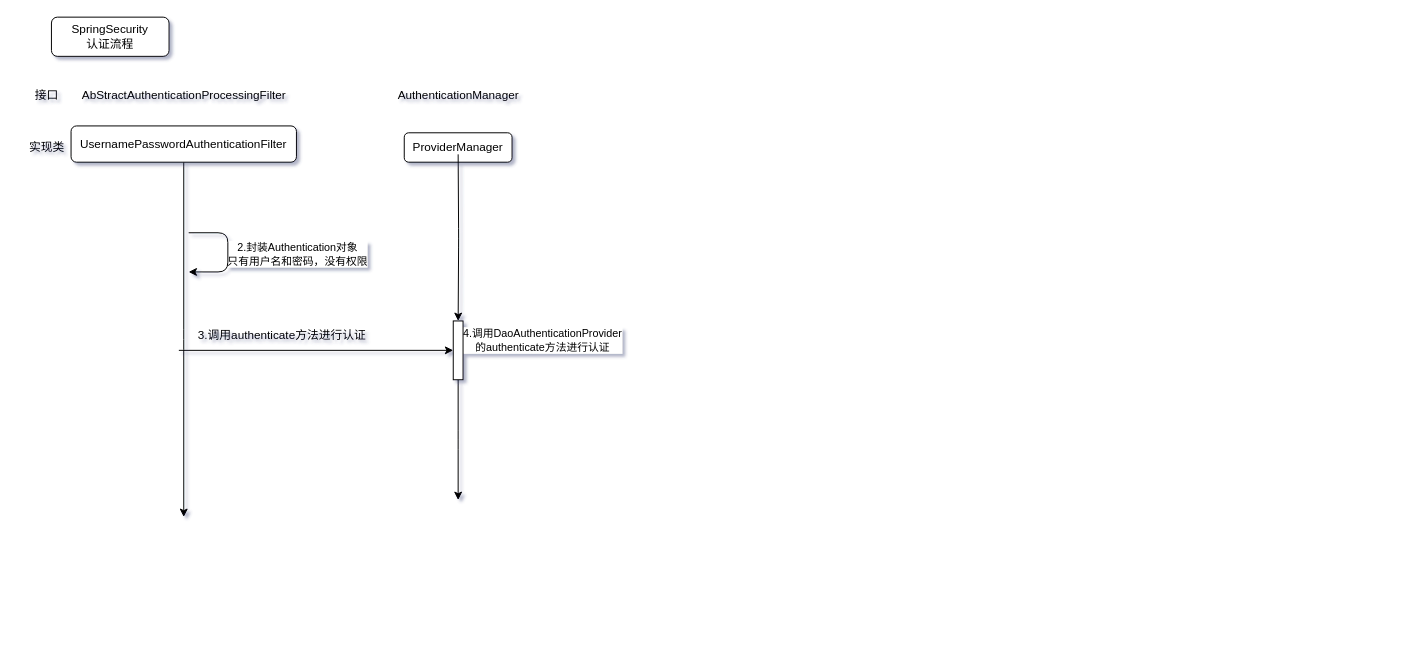
The draw.io diagram SpringSecurity.drawio in lixi47/java--, before the edit. Source tidied: cells renumbered, new cells numbered last; positions are measured from the earlier drawing's top-left corner, leaving out a move shared by most shapes. Both pictures are drawn from the tidied source at 98%, with x=0, y=0 at pixel (17, 17).
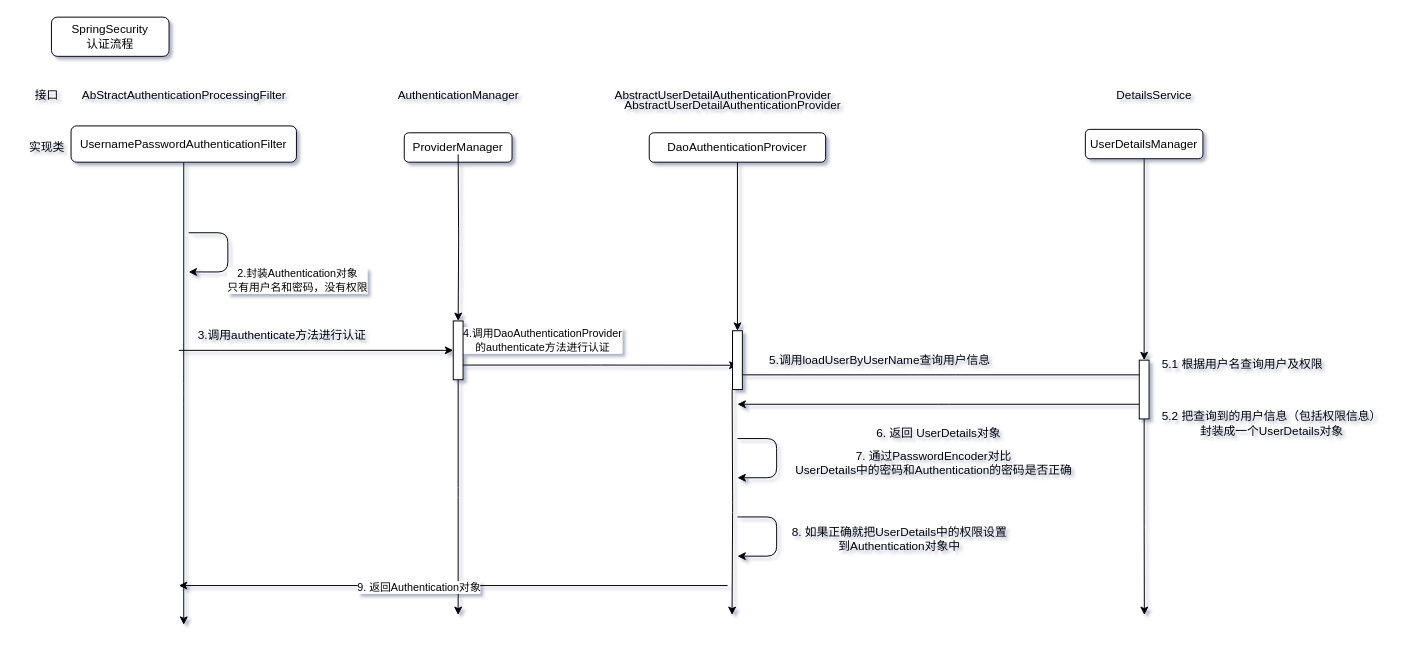
The same page after the edit.

Unchanged cells that the change refers to:
```xml
<mxCell id="8" value="UsernamePasswordAuthenticationFilter" style="whiteSpace=wrap;html=1;rounded=1;" parent="1" vertex="1">
  <mxGeometry x="55" y="111" width="230" height="37" as="geometry" />
</mxCell>
<mxCell id="16" style="rounded=0;whiteSpace=wrap;html=1;" parent="1" vertex="1">
  <mxGeometry x="445" y="310" width="10" height="60" as="geometry" />
</mxCell>
```

Diff of the diagram source:
```diff
@@
     <mxCell id="6" style="edgeStyle=orthogonalEdgeStyle;rounded=1;jettySize=auto;html=1;" parent="1" edge="1" source="8">
       <mxGeometry relative="1" as="geometry">
-        <mxPoint x="170" y="510" as="targetPoint" />
+        <mxPoint x="170" y="620" as="targetPoint" />
       </mxGeometry>
     </mxCell>
@@
     <mxCell id="10" style="edgeStyle=orthogonalEdgeStyle;rounded=1;jettySize=auto;html=1;" parent="1" edge="1" source="16">
       <mxGeometry relative="1" as="geometry">
-        <mxPoint x="450" y="492.7" as="targetPoint" />
+        <mxPoint x="450" y="610" as="targetPoint" />
       </mxGeometry>
     </mxCell>
@@
+    <mxCell id="18" style="edgeStyle=orthogonalEdgeStyle;rounded=1;jettySize=auto;html=1;exitX=1;exitY=0.75;exitDx=0;exitDy=0;" parent="1" edge="1" source="16">
+      <mxGeometry relative="1" as="geometry">
+        <mxPoint x="735" y="355.2" as="targetPoint" />
+      </mxGeometry>
+    </mxCell>
@@
+    <mxCell id="19" value="AbstractUserDetailAuthenticationProvider" style="text;html=1;align=center;verticalAlign=middle;strokeColor=none;fillColor=none;" parent="1" vertex="1">
+      <mxGeometry x="600" y="65" width="240" height="30" as="geometry" />
+    </mxCell>
+    <mxCell id="20" style="edgeStyle=orthogonalEdgeStyle;rounded=1;orthogonalLoop=1;jettySize=auto;html=1;" parent="1" edge="1">
+      <mxGeometry relative="1" as="geometry">
+        <mxPoint x="729.6" y="380" as="sourcePoint" />
+        <mxPoint x="729.5" y="610" as="targetPoint" />
+      </mxGeometry>
+    </mxCell>
+    <mxCell id="21" value="DaoAuthenticationProvicer" style="whiteSpace=wrap;html=1;rounded=1;" parent="1" vertex="1">
+      <mxGeometry x="645" y="118" width="180" height="30" as="geometry" />
+    </mxCell>
+    <mxCell id="22" style="edgeStyle=orthogonalEdgeStyle;rounded=1;jettySize=auto;html=1;" parent="1" edge="1" source="21" target="24">
+      <mxGeometry relative="1" as="geometry" />
+    </mxCell>
+    <mxCell id="23" style="edgeStyle=orthogonalEdgeStyle;rounded=1;jettySize=auto;html=1;exitX=1;exitY=0.75;exitDx=0;exitDy=0;" parent="1" edge="1" source="24">
+      <mxGeometry relative="1" as="geometry">
+        <mxPoint x="1155" y="365" as="targetPoint" />
+      </mxGeometry>
+    </mxCell>
+    <mxCell id="24" style="rounded=0;whiteSpace=wrap;html=1;" parent="1" vertex="1">
+      <mxGeometry x="730" y="320" width="10" height="60" as="geometry" />
+    </mxCell>
+    <mxCell id="25" value="5.调用loadUserByUserName查询用户信息" style="text;html=1;align=center;verticalAlign=middle;strokeColor=none;fillColor=none;" parent="1" vertex="1">
+      <mxGeometry x="755" y="335" width="250" height="30" as="geometry" />
+    </mxCell>
+    <mxCell id="26" value="DetailsService" style="text;html=1;align=center;verticalAlign=middle;strokeColor=none;fillColor=none;" parent="1" vertex="1">
+      <mxGeometry x="1110" y="65" width="100" height="30" as="geometry" />
+    </mxCell>
+    <mxCell id="27" style="edgeStyle=orthogonalEdgeStyle;rounded=1;jettySize=auto;html=1;exitX=0.5;exitY=1;exitDx=0;exitDy=0;" parent="1" edge="1" source="32">
+      <mxGeometry relative="1" as="geometry">
+        <mxPoint x="1150.2" y="610" as="targetPoint" />
+      </mxGeometry>
+    </mxCell>
+    <mxCell id="28" value="UserDetailsManager" style="whiteSpace=wrap;html=1;rounded=1;" parent="1" vertex="1">
+      <mxGeometry x="1090" y="114.5" width="120" height="30" as="geometry" />
+    </mxCell>
+    <mxCell id="29" value="AbstractUserDetailAuthenticationProvider" style="text;html=1;align=center;verticalAlign=middle;strokeColor=none;fillColor=none;" parent="1" vertex="1">
+      <mxGeometry x="610" y="75" width="240" height="30" as="geometry" />
+    </mxCell>
+    <mxCell id="30" style="edgeStyle=orthogonalEdgeStyle;rounded=1;jettySize=auto;html=1;exitX=0.5;exitY=1;exitDx=0;exitDy=0;" parent="1" edge="1" source="28" target="32">
+      <mxGeometry relative="1" as="geometry" />
+    </mxCell>
+    <mxCell id="31" style="edgeStyle=orthogonalEdgeStyle;rounded=1;jettySize=auto;html=1;exitX=0;exitY=0.75;exitDx=0;exitDy=0;" parent="1" edge="1" source="32">
+      <mxGeometry relative="1" as="geometry">
+        <mxPoint x="735" y="395" as="targetPoint" />
+      </mxGeometry>
+    </mxCell>
+    <mxCell id="32" style="rounded=0;whiteSpace=wrap;html=1;" parent="1" vertex="1">
+      <mxGeometry x="1145" y="350" width="10" height="60" as="geometry" />
+    </mxCell>
+    <mxCell id="33" value="5.1 根据用户名查询用户及权限" style="text;html=1;align=center;verticalAlign=middle;strokeColor=none;fillColor=none;" parent="1" vertex="1">
+      <mxGeometry x="1155" y="340" width="190" height="30" as="geometry" />
+    </mxCell>
+    <mxCell id="34" value="5.2 把查询到的用户信息（包括权限信息）&lt;div&gt;封装成一个UserDetails对象&lt;/div&gt;" style="text;html=1;align=center;verticalAlign=middle;strokeColor=none;fillColor=none;" parent="1" vertex="1">
+      <mxGeometry x="1155" y="395" width="250" height="40" as="geometry" />
+    </mxCell>
+    <mxCell id="35" value="6. 返回 UserDetails对象" style="text;html=1;align=center;verticalAlign=middle;strokeColor=none;fillColor=none;" parent="1" vertex="1">
+      <mxGeometry x="865" y="410" width="150" height="30" as="geometry" />
+    </mxCell>
+    <mxCell id="36" style="endArrow=classic;html=1;rounded=1;" parent="1" edge="1">
+      <mxGeometry relative="1" as="geometry">
+        <mxPoint x="735" y="430" as="sourcePoint" />
+        <mxPoint x="735" y="470" as="targetPoint" />
+        <Array as="points">
+          <mxPoint x="775" y="430" />
+          <mxPoint x="775" y="470" />
+        </Array>
+      </mxGeometry>
+    </mxCell>
+    <mxCell id="37" value="7. 通过PasswordEncoder对比&lt;div&gt;UserDetails中的密码和Authentication的密码是否正确&lt;/div&gt;" style="text;html=1;align=center;verticalAlign=middle;strokeColor=none;fillColor=none;" parent="1" vertex="1">
+      <mxGeometry x="780" y="435" width="310" height="40" as="geometry" />
+    </mxCell>
+    <mxCell id="38" style="endArrow=classic;html=1;rounded=1;" parent="1" edge="1">
+      <mxGeometry relative="1" as="geometry">
+        <mxPoint x="735" y="510" as="sourcePoint" />
+        <mxPoint x="735" y="550" as="targetPoint" />
+        <Array as="points">
+          <mxPoint x="775" y="510" />
+          <mxPoint x="775" y="550" />
+        </Array>
+      </mxGeometry>
+    </mxCell>
+    <mxCell id="39" value="8. 如果正确就把UserDetails中的权限设置&lt;br&gt;到Authentication对象中&lt;div&gt;&lt;br&gt;&lt;/div&gt;" style="text;html=1;align=center;verticalAlign=middle;strokeColor=none;fillColor=none;" parent="1" vertex="1">
+      <mxGeometry x="780" y="510" width="240" height="60" as="geometry" />
+    </mxCell>
+    <mxCell id="40" style="endArrow=classic;html=1;rounded=1;" parent="1" edge="1">
+      <mxGeometry relative="1" as="geometry">
+        <mxPoint x="725" y="580" as="sourcePoint" />
+        <mxPoint x="165" y="580" as="targetPoint" />
+      </mxGeometry>
+    </mxCell>
+    <mxCell id="41" value="9. 返回Authentication对象" style="edgeLabel;html=1;align=center;verticalAlign=middle;rounded=1;" parent="40" vertex="1">
+      <mxGeometry x="0.13" y="1" relative="1" as="geometry" />
+    </mxCell>
```
